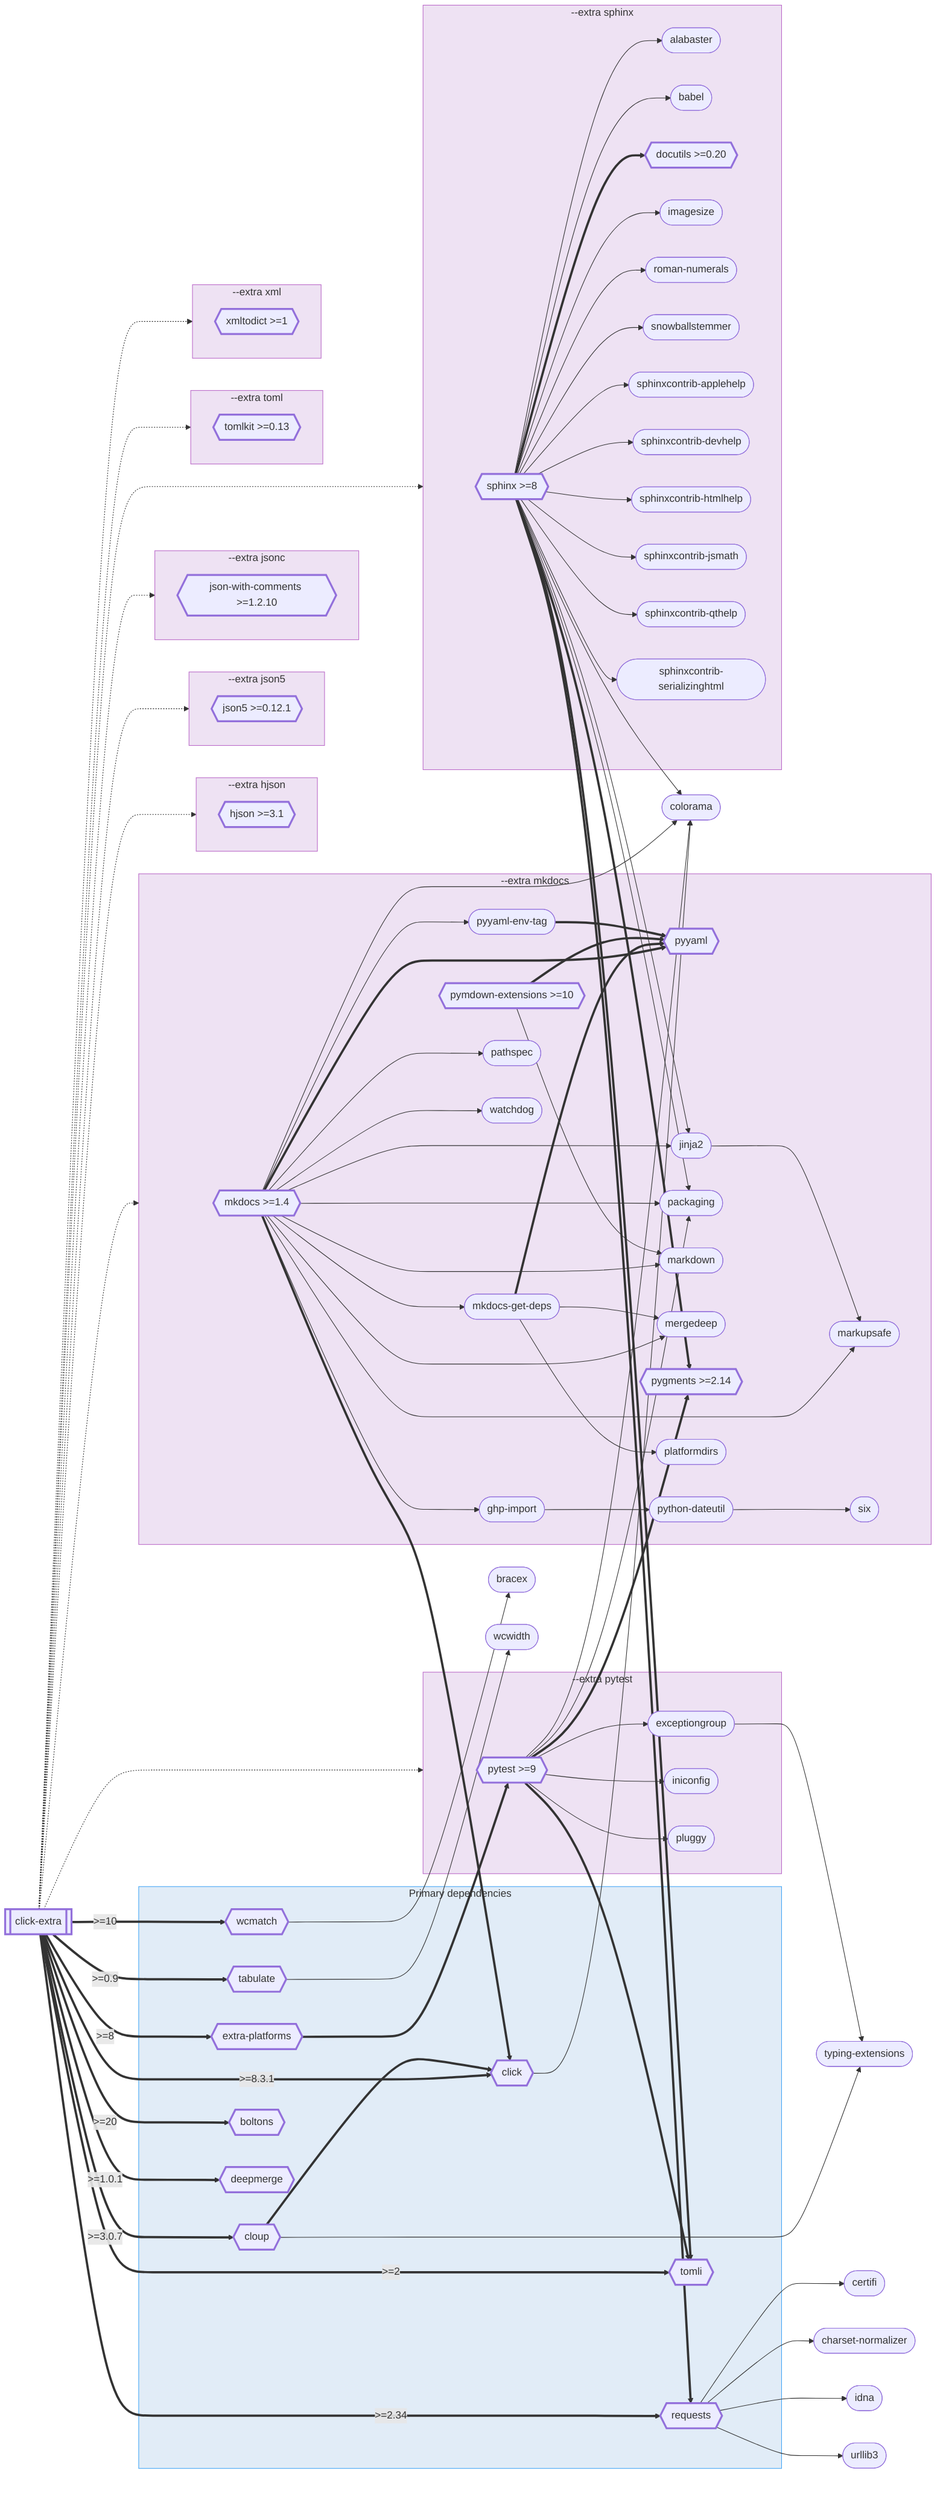
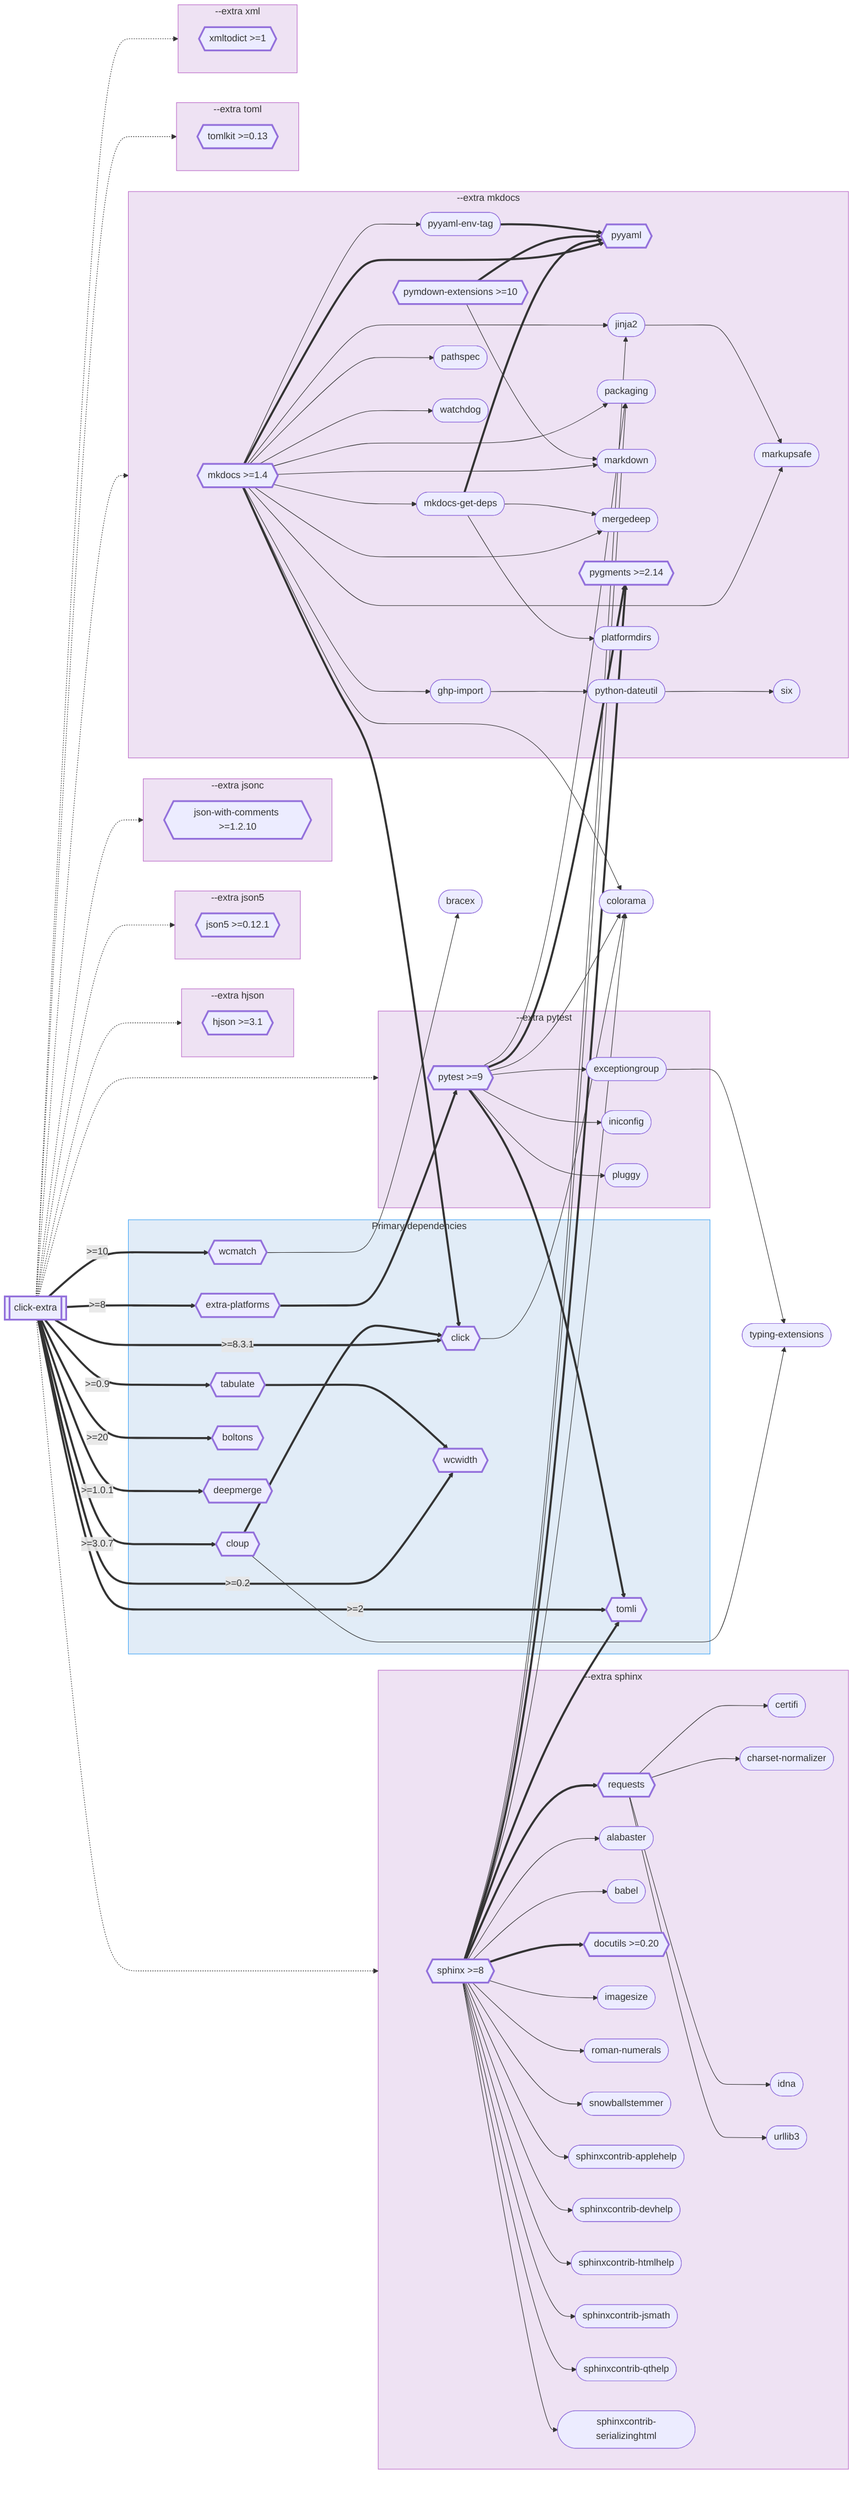
flowchart LR
    click_extra[["`click-extra`"]]

    subgraph primary-deps [Primary dependencies]
        extra_platforms{{"`extra-platforms`"}}
-         requests{{"`requests`"}}
        cloup{{"`cloup`"}}
        click_0{{"`click`"}}
        tabulate{{"`tabulate`"}}
        wcmatch{{"`wcmatch`"}}
        tomli{{"`tomli`"}}
+         wcwidth{{"`wcwidth`"}}
        boltons{{"`boltons`"}}
        deepmerge{{"`deepmerge`"}}
    end

    colorama(["`colorama`"])
    typing_extensions(["`typing-extensions`"])
    bracex(["`bracex`"])
-     certifi(["`certifi`"])
-     charset_normalizer(["`charset-normalizer`"])
-     idna(["`idna`"])
-     urllib3(["`urllib3`"])
-     wcwidth(["`wcwidth`"])

    subgraph ext_hjson [--extra hjson]
        hjson{{"`hjson >=3.1`"}}
    end

    subgraph ext_json5 [--extra json5]
        json5{{"`json5 >=0.12.1`"}}
    end

    subgraph ext_jsonc [--extra jsonc]
        json_with_comments{{"`json-with-comments >=1.2.10`"}}
    end

    subgraph ext_mkdocs [--extra mkdocs]
        mkdocs{{"`mkdocs >=1.4`"}}
        mkdocs_get_deps(["`mkdocs-get-deps`"])
        pyyaml{{"`pyyaml`"}}
        jinja2(["`jinja2`"])
        packaging(["`packaging`"])
        ghp_import(["`ghp-import`"])
        markdown(["`markdown`"])
        markupsafe(["`markupsafe`"])
        mergedeep(["`mergedeep`"])
        pygments{{"`pygments >=2.14`"}}
        pymdown_extensions{{"`pymdown-extensions >=10`"}}
        python_dateutil(["`python-dateutil`"])
        pyyaml_env_tag(["`pyyaml-env-tag`"])
        pathspec(["`pathspec`"])
        platformdirs(["`platformdirs`"])
        six(["`six`"])
        watchdog(["`watchdog`"])
    end

    subgraph ext_pytest [--extra pytest]
        pytest{{"`pytest >=9`"}}
        exceptiongroup(["`exceptiongroup`"])
        iniconfig(["`iniconfig`"])
        pluggy(["`pluggy`"])
    end

    subgraph ext_sphinx [--extra sphinx]
        sphinx{{"`sphinx >=8`"}}
+         requests{{"`requests`"}}
        alabaster(["`alabaster`"])
        babel(["`babel`"])
+         certifi(["`certifi`"])
+         charset_normalizer(["`charset-normalizer`"])
        docutils{{"`docutils >=0.20`"}}
+         idna(["`idna`"])
        imagesize(["`imagesize`"])
        roman_numerals(["`roman-numerals`"])
        snowballstemmer(["`snowballstemmer`"])
        sphinxcontrib_applehelp(["`sphinxcontrib-applehelp`"])
        sphinxcontrib_devhelp(["`sphinxcontrib-devhelp`"])
        sphinxcontrib_htmlhelp(["`sphinxcontrib-htmlhelp`"])
        sphinxcontrib_jsmath(["`sphinxcontrib-jsmath`"])
        sphinxcontrib_qthelp(["`sphinxcontrib-qthelp`"])
        sphinxcontrib_serializinghtml(["`sphinxcontrib-serializinghtml`"])
+         urllib3(["`urllib3`"])
    end

    subgraph ext_toml [--extra toml]
        tomlkit{{"`tomlkit >=0.13`"}}
    end

    subgraph ext_xml [--extra xml]
        xmltodict{{"`xmltodict >=1`"}}
    end

-     click_extra ==>|" >=2.34 "| requests
    click_extra ==>|" >=8.3.1 "| click_0
    click_extra ==>|" >=3.0.7 "| cloup
    click_extra ==>|" >=2 "| tomli
    click_extra ==>|" >=8 "| extra_platforms
    click_extra ==>|" >=0.9 "| tabulate
    click_extra ==>|" >=10 "| wcmatch
+     click_extra ==>|" >=0.2 "| wcwidth
    click_extra ==>|" >=20 "| boltons
    click_extra ==>|" >=1.0.1 "| deepmerge
    sphinx ==> requests
    sphinx --> colorama
    sphinx --> jinja2
    sphinx --> packaging
    sphinx ==> pygments
    sphinx ==> tomli
    sphinx --> alabaster
    sphinx --> babel
    sphinx ==> docutils
    sphinx --> imagesize
    sphinx --> roman_numerals
    sphinx --> snowballstemmer
    sphinx --> sphinxcontrib_applehelp
    sphinx --> sphinxcontrib_devhelp
    sphinx --> sphinxcontrib_htmlhelp
    sphinx --> sphinxcontrib_jsmath
    sphinx --> sphinxcontrib_qthelp
    sphinx --> sphinxcontrib_serializinghtml
    mkdocs --> mkdocs_get_deps
    mkdocs ==> pyyaml
    mkdocs ==> click_0
    mkdocs --> colorama
    mkdocs --> jinja2
    mkdocs --> packaging
    mkdocs --> ghp_import
    mkdocs --> markdown
    mkdocs --> markupsafe
    mkdocs --> mergedeep
    mkdocs --> pyyaml_env_tag
    mkdocs --> pathspec
    mkdocs --> watchdog
    pytest --> colorama
    pytest --> packaging
    pytest --> exceptiongroup
    pytest ==> pygments
    pytest ==> tomli
    pytest --> iniconfig
    pytest --> pluggy
    requests --> certifi
    requests --> charset_normalizer
    requests --> idna
    requests --> urllib3
    mkdocs_get_deps ==> pyyaml
    mkdocs_get_deps --> mergedeep
    mkdocs_get_deps --> platformdirs
    click_0 --> colorama
    jinja2 --> markupsafe
    cloup ==> click_0
    cloup --> typing_extensions
    exceptiongroup --> typing_extensions
    ghp_import --> python_dateutil
    pymdown_extensions ==> pyyaml
    pymdown_extensions --> markdown
    python_dateutil --> six
    pyyaml_env_tag ==> pyyaml
    extra_platforms ==> pytest
-     tabulate --> wcwidth
+     tabulate ==> wcwidth
    wcmatch --> bracex
    click_extra -.-> ext_hjson
    click_extra -.-> ext_json5
    click_extra -.-> ext_jsonc
    click_extra -.-> ext_mkdocs
    click_extra -.-> ext_pytest
    click_extra -.-> ext_sphinx
    click_extra -.-> ext_toml
    click_extra -.-> ext_xml

    click alabaster "https://pypi.org/project/alabaster/" _blank
    click babel "https://pypi.org/project/babel/" _blank
    click boltons "https://pypi.org/project/boltons/" _blank
    click bracex "https://pypi.org/project/bracex/" _blank
    click certifi "https://pypi.org/project/certifi/" _blank
    click charset_normalizer "https://pypi.org/project/charset-normalizer/" _blank
    click click_0 "https://pypi.org/project/click/" _blank
    click click_extra "https://pypi.org/project/click-extra/" _blank
    click cloup "https://pypi.org/project/cloup/" _blank
    click colorama "https://pypi.org/project/colorama/" _blank
    click deepmerge "https://pypi.org/project/deepmerge/" _blank
    click docutils "https://pypi.org/project/docutils/" _blank
    click exceptiongroup "https://pypi.org/project/exceptiongroup/" _blank
    click extra_platforms "https://pypi.org/project/extra-platforms/" _blank
    click ghp_import "https://pypi.org/project/ghp-import/" _blank
    click hjson "https://pypi.org/project/hjson/" _blank
    click idna "https://pypi.org/project/idna/" _blank
    click imagesize "https://pypi.org/project/imagesize/" _blank
    click iniconfig "https://pypi.org/project/iniconfig/" _blank
    click jinja2 "https://pypi.org/project/jinja2/" _blank
    click json_with_comments "https://pypi.org/project/json-with-comments/" _blank
    click json5 "https://pypi.org/project/json5/" _blank
    click markdown "https://pypi.org/project/markdown/" _blank
    click markupsafe "https://pypi.org/project/markupsafe/" _blank
    click mergedeep "https://pypi.org/project/mergedeep/" _blank
    click mkdocs "https://pypi.org/project/mkdocs/" _blank
    click mkdocs_get_deps "https://pypi.org/project/mkdocs-get-deps/" _blank
    click packaging "https://pypi.org/project/packaging/" _blank
    click pathspec "https://pypi.org/project/pathspec/" _blank
    click platformdirs "https://pypi.org/project/platformdirs/" _blank
    click pluggy "https://pypi.org/project/pluggy/" _blank
    click pygments "https://pypi.org/project/pygments/" _blank
    click pymdown_extensions "https://pypi.org/project/pymdown-extensions/" _blank
    click pytest "https://pypi.org/project/pytest/" _blank
    click python_dateutil "https://pypi.org/project/python-dateutil/" _blank
    click pyyaml "https://pypi.org/project/pyyaml/" _blank
    click pyyaml_env_tag "https://pypi.org/project/pyyaml-env-tag/" _blank
    click requests "https://pypi.org/project/requests/" _blank
    click roman_numerals "https://pypi.org/project/roman-numerals/" _blank
    click six "https://pypi.org/project/six/" _blank
    click snowballstemmer "https://pypi.org/project/snowballstemmer/" _blank
    click sphinx "https://pypi.org/project/sphinx/" _blank
    click sphinxcontrib_applehelp "https://pypi.org/project/sphinxcontrib-applehelp/" _blank
    click sphinxcontrib_devhelp "https://pypi.org/project/sphinxcontrib-devhelp/" _blank
    click sphinxcontrib_htmlhelp "https://pypi.org/project/sphinxcontrib-htmlhelp/" _blank
    click sphinxcontrib_jsmath "https://pypi.org/project/sphinxcontrib-jsmath/" _blank
    click sphinxcontrib_qthelp "https://pypi.org/project/sphinxcontrib-qthelp/" _blank
    click sphinxcontrib_serializinghtml "https://pypi.org/project/sphinxcontrib-serializinghtml/" _blank
    click tabulate "https://pypi.org/project/tabulate/" _blank
    click tomli "https://pypi.org/project/tomli/" _blank
    click tomlkit "https://pypi.org/project/tomlkit/" _blank
    click typing_extensions "https://pypi.org/project/typing-extensions/" _blank
    click urllib3 "https://pypi.org/project/urllib3/" _blank
    click watchdog "https://pypi.org/project/watchdog/" _blank
    click wcmatch "https://pypi.org/project/wcmatch/" _blank
    click wcwidth "https://pypi.org/project/wcwidth/" _blank
    click xmltodict "https://pypi.org/project/xmltodict/" _blank

    style click_extra stroke-width:3px
    style boltons stroke-width:3px
    style click_0 stroke-width:3px
    style cloup stroke-width:3px
    style deepmerge stroke-width:3px
    style docutils stroke-width:3px
    style extra_platforms stroke-width:3px
    style hjson stroke-width:3px
    style json_with_comments stroke-width:3px
    style json5 stroke-width:3px
    style mkdocs stroke-width:3px
    style pygments stroke-width:3px
    style pymdown_extensions stroke-width:3px
    style pytest stroke-width:3px
    style pyyaml stroke-width:3px
    style requests stroke-width:3px
    style sphinx stroke-width:3px
    style tabulate stroke-width:3px
    style tomli stroke-width:3px
    style tomlkit stroke-width:3px
    style wcmatch stroke-width:3px
+     style wcwidth stroke-width:3px
    style xmltodict stroke-width:3px

    style primary-deps fill:#1565C020,stroke:#42A5F5
    style ext_hjson fill:#7B1FA220,stroke:#BA68C8
    style ext_json5 fill:#7B1FA220,stroke:#BA68C8
    style ext_jsonc fill:#7B1FA220,stroke:#BA68C8
    style ext_mkdocs fill:#7B1FA220,stroke:#BA68C8
    style ext_pytest fill:#7B1FA220,stroke:#BA68C8
    style ext_sphinx fill:#7B1FA220,stroke:#BA68C8
    style ext_toml fill:#7B1FA220,stroke:#BA68C8
    style ext_xml fill:#7B1FA220,stroke:#BA68C8
